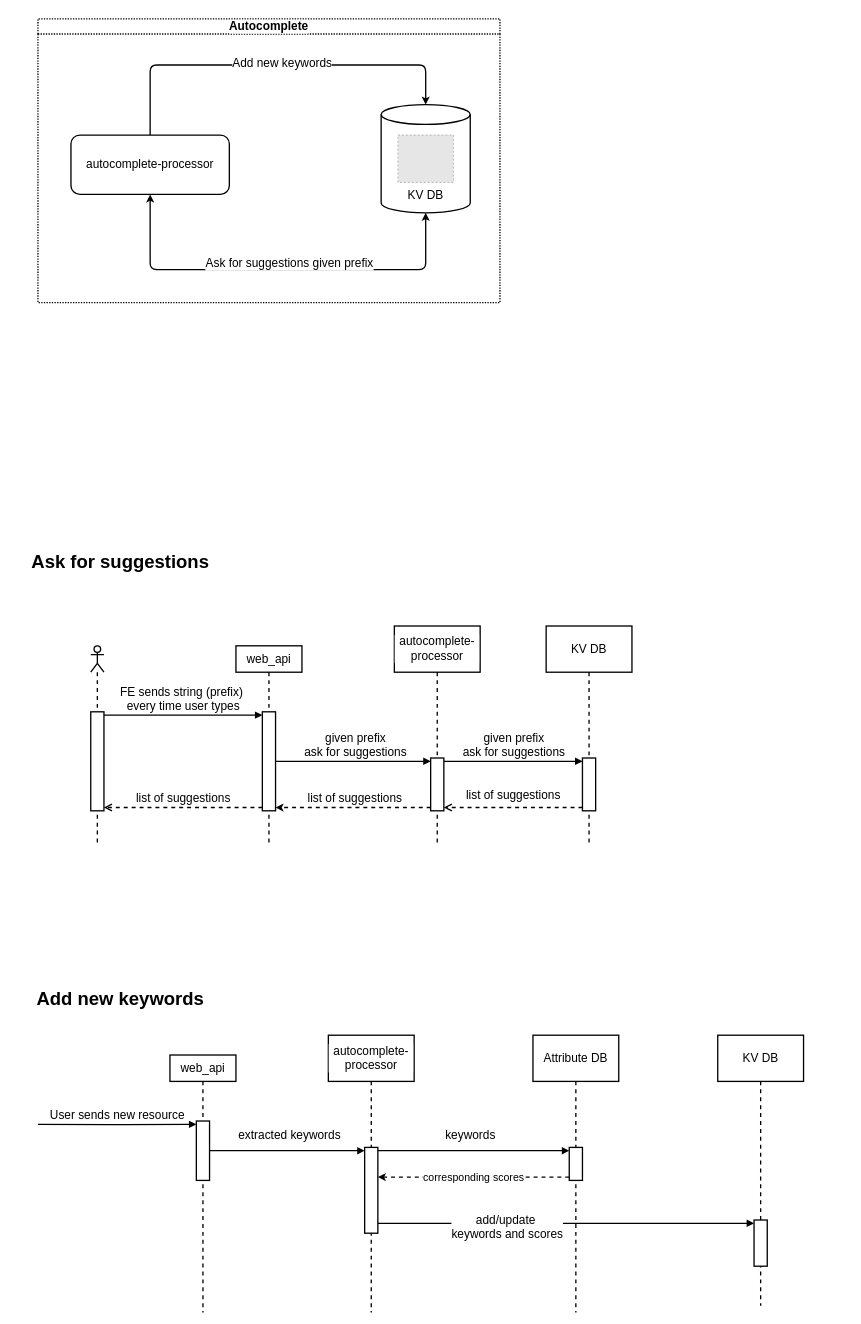
Before: page "autocomplete" (5 of 7) of visual-retriever/system-diagram.drawio in hoanghl/xbutler-document, a draw.io diagram. Source tidied: cells renumbered, new cells numbered last; positions are measured from the earlier drawing's top-left corner, leaving out a move shared by most shapes. Both pictures are drawn from the tidied source at 66%, with x=0, y=0 at pixel (11, 18). Pictures stored in the file or linked from it are replaced by grey dashed boxes.
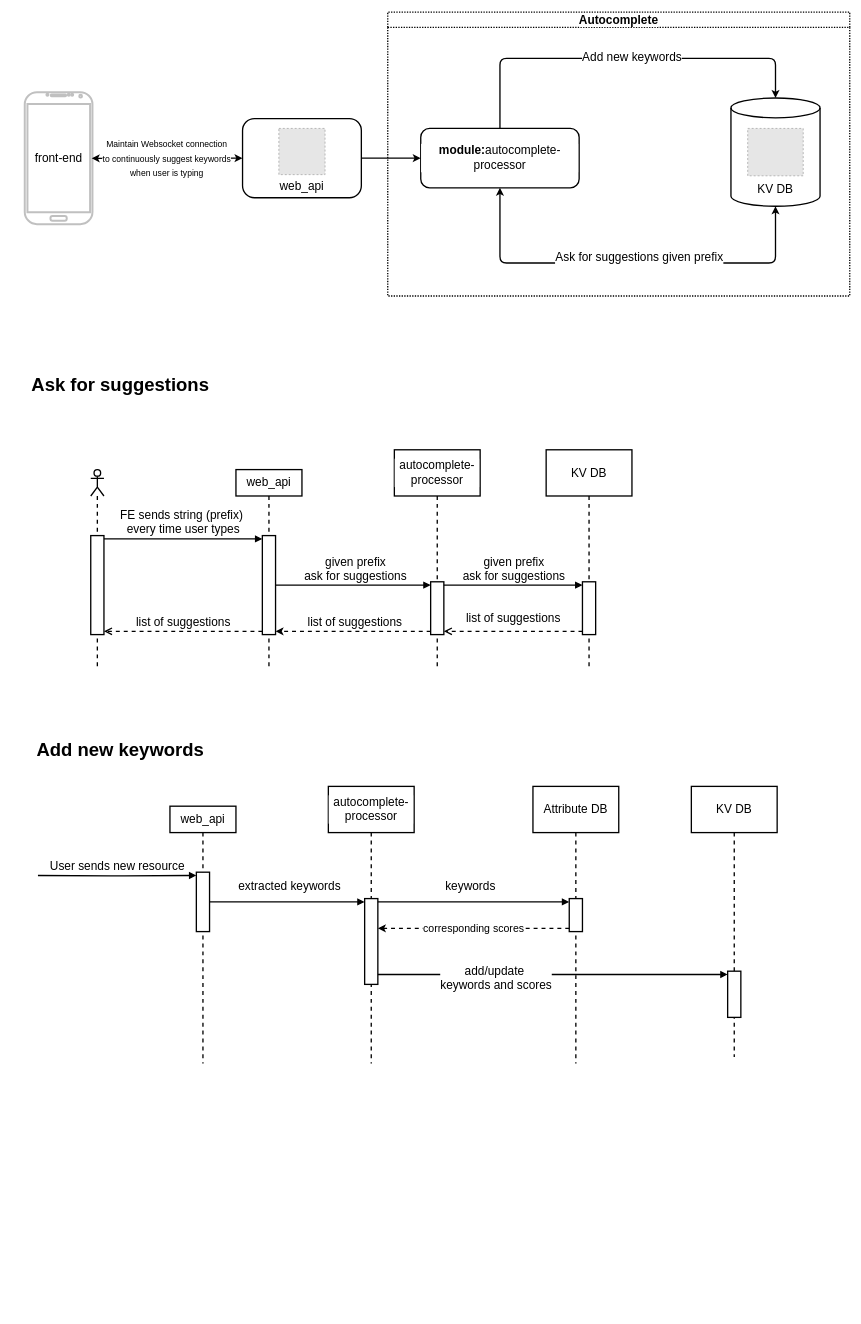
Above is the later version.

The change refers to these unchanged cells:
```xml
<mxCell id="28" style="html=1;points=[[0,0,0,0,5],[0,1,0,0,-5],[1,0,0,0,5],[1,1,0,0,-5]];perimeter=orthogonalPerimeter;outlineConnect=0;targetShapes=umlLifeline;portConstraint=eastwest;newEdgeStyle={&quot;curved&quot;:0,&quot;rounded&quot;:0};strokeColor=default;strokeWidth=2;align=center;verticalAlign=middle;fontFamily=Helvetica;fontSize=18;fontColor=default;labelBackgroundColor=default;fillColor=default;" parent="27" vertex="1">
  <mxGeometry x="40" y="100" width="20" height="90" as="geometry" />
</mxCell>
<mxCell id="30" style="html=1;points=[[0,0,0,0,5],[0,1,0,0,-5],[1,0,0,0,5],[1,1,0,0,-5]];perimeter=orthogonalPerimeter;outlineConnect=0;targetShapes=umlLifeline;portConstraint=eastwest;newEdgeStyle={&quot;curved&quot;:0,&quot;rounded&quot;:0};strokeColor=default;strokeWidth=2;align=center;verticalAlign=middle;fontFamily=Helvetica;fontSize=18;fontColor=default;labelBackgroundColor=default;fillColor=default;" parent="29" vertex="1">
  <mxGeometry x="55" y="170" width="20" height="130" as="geometry" />
</mxCell>
<mxCell id="35" style="html=1;points=[[0,0,0,0,5],[0,1,0,0,-5],[1,0,0,0,5],[1,1,0,0,-5]];perimeter=orthogonalPerimeter;outlineConnect=0;targetShapes=umlLifeline;portConstraint=eastwest;newEdgeStyle={&quot;curved&quot;:0,&quot;rounded&quot;:0};strokeColor=default;strokeWidth=2;align=center;verticalAlign=middle;fontFamily=Helvetica;fontSize=18;fontColor=default;labelBackgroundColor=default;fillColor=default;" parent="34" vertex="1">
  <mxGeometry x="55" y="170" width="20" height="50" as="geometry" />
</mxCell>
<mxCell id="41" style="html=1;points=[[0,0,0,0,5],[0,1,0,0,-5],[1,0,0,0,5],[1,1,0,0,-5]];perimeter=orthogonalPerimeter;outlineConnect=0;targetShapes=umlLifeline;portConstraint=eastwest;newEdgeStyle={&quot;curved&quot;:0,&quot;rounded&quot;:0};strokeColor=default;strokeWidth=2;align=center;verticalAlign=middle;fontFamily=Helvetica;fontSize=18;fontColor=default;labelBackgroundColor=default;fillColor=default;" parent="40" vertex="1">
  <mxGeometry x="55" y="280" width="20" height="70" as="geometry" />
</mxCell>
```

What changed in the source:
```diff
@@
     <mxCell id="2" value="Autocomplete" style="swimlane;whiteSpace=wrap;html=1;fontFamily=Helvetica;fontSize=18;fontColor=default;labelBackgroundColor=default;strokeWidth=2;dashed=1;dashPattern=1 1;" parent="1" vertex="1">
-      <mxGeometry x="40" width="700" height="430" as="geometry" />
+      <mxGeometry x="570" y="-10" width="700" height="430" as="geometry" />
     </mxCell>
@@
-    <mxCell id="5" value="autocomplete-processor" style="rounded=1;whiteSpace=wrap;html=1;fontFamily=Helvetica;fontSize=18;fontColor=default;labelBackgroundColor=default;strokeWidth=2;" parent="2" vertex="1">
+    <mxCell id="5" value="&lt;b&gt;module:&lt;/b&gt;autocomplete-processor" style="rounded=1;whiteSpace=wrap;html=1;fontFamily=Helvetica;fontSize=18;fontColor=default;labelBackgroundColor=default;strokeWidth=2;" parent="2" vertex="1">
       <mxGeometry x="50" y="176.1" width="240" height="90" as="geometry" />
     </mxCell>
@@
     <mxCell id="10" style="shape=umlLifeline;perimeter=lifelinePerimeter;whiteSpace=wrap;html=1;newEdgeStyle={&quot;curved&quot;:0,&quot;rounded&quot;:0};participant=umlActor;fontFamily=Helvetica;fontSize=18;fontColor=default;labelBackgroundColor=default;strokeWidth=2;" parent="1" vertex="1">
-      <mxGeometry x="120" y="950" width="20" height="300" as="geometry" />
+      <mxGeometry x="120" y="683" width="20" height="300" as="geometry" />
     </mxCell>
@@
     <mxCell id="12" value="web_api" style="shape=umlLifeline;perimeter=lifelinePerimeter;whiteSpace=wrap;html=1;newEdgeStyle={&quot;curved&quot;:0,&quot;rounded&quot;:0};strokeColor=default;strokeWidth=2;align=center;verticalAlign=middle;fontFamily=Helvetica;fontSize=18;fontColor=default;labelBackgroundColor=default;fillColor=default;" parent="1" vertex="1">
-      <mxGeometry x="340" y="950" width="100" height="300" as="geometry" />
+      <mxGeometry x="340" y="683" width="100" height="300" as="geometry" />
     </mxCell>
@@
     <mxCell id="14" value="autocomplete-processor" style="shape=umlLifeline;perimeter=lifelinePerimeter;whiteSpace=wrap;html=1;newEdgeStyle={&quot;curved&quot;:0,&quot;rounded&quot;:0};strokeColor=default;strokeWidth=2;align=center;verticalAlign=middle;fontFamily=Helvetica;fontSize=18;fontColor=default;labelBackgroundColor=default;fillColor=default;size=70;" parent="1" vertex="1">
-      <mxGeometry x="580" y="920" width="130" height="330" as="geometry" />
+      <mxGeometry x="580" y="653" width="130" height="330" as="geometry" />
     </mxCell>
@@
     <mxCell id="19" value="KV DB" style="shape=umlLifeline;perimeter=lifelinePerimeter;whiteSpace=wrap;html=1;newEdgeStyle={&quot;curved&quot;:0,&quot;rounded&quot;:0};strokeColor=default;strokeWidth=2;align=center;verticalAlign=middle;fontFamily=Helvetica;fontSize=18;fontColor=default;labelBackgroundColor=default;fillColor=default;size=70;" parent="1" vertex="1">
-      <mxGeometry x="810" y="920" width="130" height="330" as="geometry" />
+      <mxGeometry x="810" y="653" width="130" height="330" as="geometry" />
     </mxCell>
@@
     <mxCell id="27" value="web_api" style="shape=umlLifeline;perimeter=lifelinePerimeter;whiteSpace=wrap;html=1;newEdgeStyle={&quot;curved&quot;:0,&quot;rounded&quot;:0};strokeColor=default;strokeWidth=2;align=center;verticalAlign=middle;fontFamily=Helvetica;fontSize=18;fontColor=default;labelBackgroundColor=default;fillColor=default;" parent="1" vertex="1">
-      <mxGeometry x="240" y="1570" width="100" height="390" as="geometry" />
+      <mxGeometry x="240" y="1193" width="100" height="390" as="geometry" />
     </mxCell>
@@
     <mxCell id="29" value="autocomplete-processor" style="shape=umlLifeline;perimeter=lifelinePerimeter;whiteSpace=wrap;html=1;newEdgeStyle={&quot;curved&quot;:0,&quot;rounded&quot;:0};strokeColor=default;strokeWidth=2;align=center;verticalAlign=middle;fontFamily=Helvetica;fontSize=18;fontColor=default;labelBackgroundColor=default;fillColor=default;size=70;" parent="1" vertex="1">
-      <mxGeometry x="480" y="1540" width="130" height="420" as="geometry" />
+      <mxGeometry x="480" y="1163" width="130" height="420" as="geometry" />
     </mxCell>
@@
     <mxCell id="31" value="User sends new resource" style="html=1;verticalAlign=bottom;endArrow=block;curved=0;rounded=1;entryX=0;entryY=0;entryDx=0;entryDy=5;strokeColor=default;strokeWidth=2;align=center;fontFamily=Helvetica;fontSize=18;fontColor=default;labelBackgroundColor=default;edgeStyle=orthogonalEdgeStyle;exitX=1;exitY=0;exitDx=0;exitDy=5;exitPerimeter=0;" parent="1" edge="1" target="28">
       <mxGeometry relative="1" as="geometry">
-        <mxPoint x="40" y="1675" as="sourcePoint" />
+        <mxPoint x="40" y="1298" as="sourcePoint" />
       </mxGeometry>
     </mxCell>
@@
     <mxCell id="34" value="Attribute DB" style="shape=umlLifeline;perimeter=lifelinePerimeter;whiteSpace=wrap;html=1;newEdgeStyle={&quot;curved&quot;:0,&quot;rounded&quot;:0};strokeColor=default;strokeWidth=2;align=center;verticalAlign=middle;fontFamily=Helvetica;fontSize=18;fontColor=default;labelBackgroundColor=default;fillColor=default;size=70;" parent="1" vertex="1">
-      <mxGeometry x="790" y="1540" width="130" height="420" as="geometry" />
+      <mxGeometry x="790" y="1163" width="130" height="420" as="geometry" />
     </mxCell>
@@
     <mxCell id="38" value="Ask for suggestions" style="text;html=1;align=center;verticalAlign=middle;whiteSpace=wrap;rounded=0;fontFamily=Helvetica;fontSize=28;fontColor=default;labelBackgroundColor=default;fontStyle=1;" parent="1" vertex="1">
-      <mxGeometry y="787" width="330" height="70" as="geometry" />
+      <mxGeometry y="520" width="330" height="70" as="geometry" />
     </mxCell>
     <mxCell id="39" value="Add new keywords" style="text;html=1;align=center;verticalAlign=middle;whiteSpace=wrap;rounded=0;fontFamily=Helvetica;fontSize=28;fontColor=default;labelBackgroundColor=default;fontStyle=1;" parent="1" vertex="1">
-      <mxGeometry y="1449" width="330" height="70" as="geometry" />
+      <mxGeometry y="1072" width="330" height="70" as="geometry" />
     </mxCell>
     <mxCell id="40" value="KV DB" style="shape=umlLifeline;perimeter=lifelinePerimeter;whiteSpace=wrap;html=1;newEdgeStyle={&quot;curved&quot;:0,&quot;rounded&quot;:0};strokeColor=default;strokeWidth=2;align=center;verticalAlign=middle;fontFamily=Helvetica;fontSize=18;fontColor=default;labelBackgroundColor=default;fillColor=default;size=70;" parent="1" vertex="1">
-      <mxGeometry x="1070" y="1540" width="130" height="410" as="geometry" />
+      <mxGeometry x="1030" y="1163" width="130" height="410" as="geometry" />
     </mxCell>
@@
     <mxCell id="42" value="&lt;font style=&quot;font-size: 16px;&quot;&gt;corresponding scores&lt;/font&gt;" style="edgeStyle=orthogonalEdgeStyle;rounded=1;jettySize=auto;html=1;curved=0;exitX=0;exitY=1;exitDx=0;exitDy=-5;exitPerimeter=0;strokeWidth=2;dashed=1;" parent="1" edge="1" source="35" target="30">
       <mxGeometry relative="1" as="geometry">
         <Array as="points">
-          <mxPoint x="630" y="1755" />
-          <mxPoint x="630" y="1755" />
+          <mxPoint x="630" y="1378" />
+          <mxPoint x="630" y="1378" />
         </Array>
       </mxGeometry>
     </mxCell>
     <mxCell id="43" style="html=1;verticalAlign=bottom;endArrow=block;curved=0;rounded=1;entryX=0;entryY=0;entryDx=0;entryDy=5;strokeColor=default;strokeWidth=2;align=center;fontFamily=Helvetica;fontSize=18;fontColor=default;labelBackgroundColor=default;edgeStyle=orthogonalEdgeStyle;entryPerimeter=0;" parent="1" edge="1" source="30" target="41">
       <mxGeometry x="0.02" y="15" relative="1" as="geometry">
         <Array as="points">
-          <mxPoint x="640" y="1825" />
-          <mxPoint x="640" y="1825" />
+          <mxPoint x="640" y="1448" />
+          <mxPoint x="640" y="1448" />
         </Array>
       </mxGeometry>
     </mxCell>
@@
+    <mxCell id="45" style="verticalLabelPosition=bottom;verticalAlign=top;html=1;shadow=0;dashed=0;strokeWidth=3;shape=mxgraph.android.phone2;strokeColor=#c0c0c0;fontSize=18;" parent="1" vertex="1">
+      <mxGeometry x="20" y="111.1" width="102.6" height="200" as="geometry" />
+    </mxCell>
+    <mxCell id="46" style="edgeStyle=orthogonalEdgeStyle;rounded=0;jettySize=auto;html=1;exitX=1;exitY=0.5;exitDx=0;exitDy=0;entryX=0;entryY=0.5;entryDx=0;entryDy=0;strokeWidth=2;" parent="1" edge="1" source="47" target="5">
+      <mxGeometry relative="1" as="geometry" />
+    </mxCell>
+    <mxCell id="47" value="&lt;div&gt;&lt;br&gt;&lt;/div&gt;&lt;div&gt;&lt;br&gt;&lt;/div&gt;&lt;div&gt;&lt;br&gt;&lt;/div&gt;&lt;div&gt;&lt;br&gt;&lt;/div&gt;web_api" style="rounded=1;whiteSpace=wrap;html=1;fontSize=18;strokeWidth=2;" parent="1" vertex="1">
+      <mxGeometry x="350" y="151.1" width="180" height="120" as="geometry" />
+    </mxCell>
+    <mxCell id="48" value="front-end" style="text;html=1;align=center;verticalAlign=middle;points=[];strokeColor=none;fillColor=none;fontSize=18;strokeWidth=3;" parent="1" vertex="1">
+      <mxGeometry x="21.3" y="191.1" width="100" height="40" as="geometry" />
+    </mxCell>
+    <mxCell id="49" style="fillColor=#E6E6E6;strokeColor=#999999;dashed=1;verticalLabelPosition=bottom;labelBackgroundColor=default;verticalAlign=top;fontSize=18;" parent="1" vertex="1">
+      <mxGeometry x="405" y="166.1" width="70" height="70" as="geometry" />
+    </mxCell>
+    <mxCell id="50" value="&lt;font style=&quot;font-size: 13px;&quot;&gt;Maintain Websocket connection&lt;/font&gt;&lt;div style=&quot;&quot;&gt;&lt;font style=&quot;font-size: 13px;&quot;&gt;to continuously suggest keywords&lt;/font&gt;&lt;/div&gt;&lt;div style=&quot;&quot;&gt;&lt;font style=&quot;font-size: 13px;&quot;&gt;when user is typing&lt;/font&gt;&lt;/div&gt;" style="edgeStyle=orthogonalEdgeStyle;rounded=1;jettySize=auto;html=1;exitX=1.001;exitY=0.508;exitDx=0;exitDy=0;strokeWidth=2;exitPerimeter=0;curved=0;fontSize=18;entryX=0;entryY=0.5;entryDx=0;entryDy=0;startArrow=classic;startFill=1;" parent="1" edge="1" source="48" target="47">
+      <mxGeometry relative="1" as="geometry">
+        <Array as="points">
+          <mxPoint x="230" y="211.1" />
+          <mxPoint x="230" y="211.1" />
+        </Array>
+      </mxGeometry>
+    </mxCell>
```
